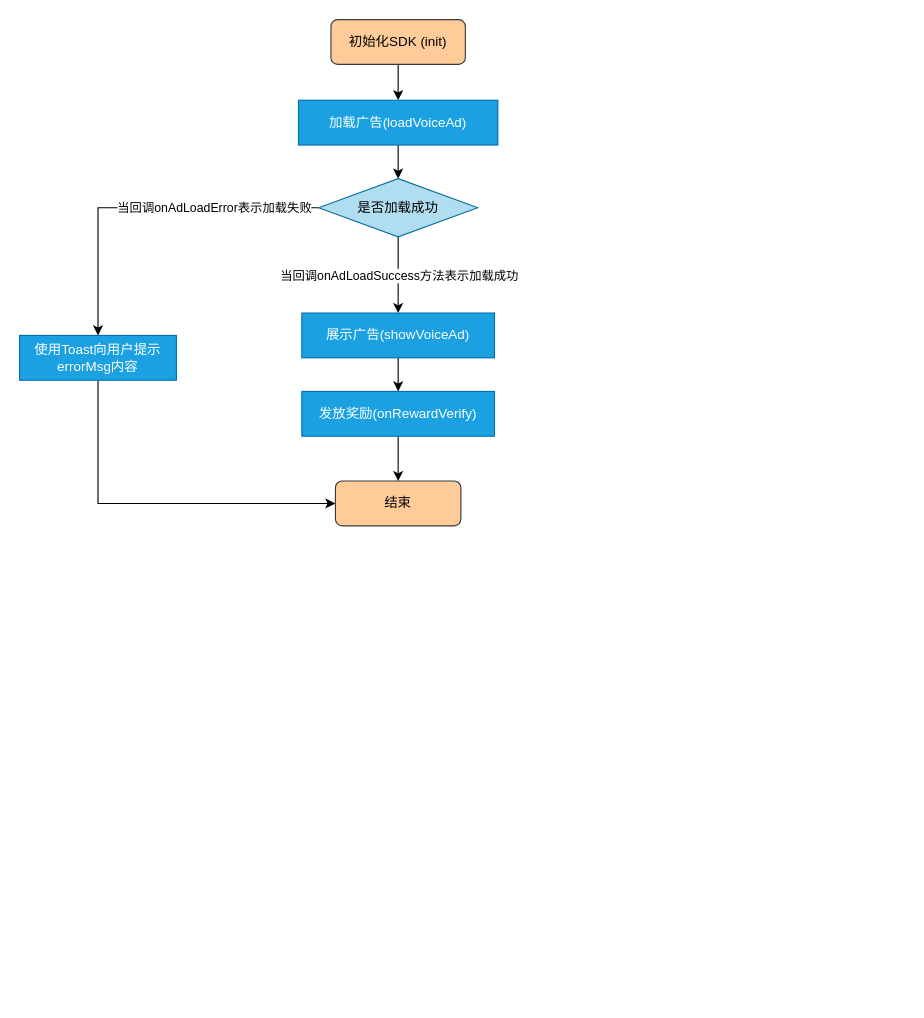
Before: 流程图/语音红包流程.drawio in wairdell/Draw.io, a draw.io diagram. Source tidied: cells renumbered, new cells numbered last; positions are measured from the earlier drawing's top-left corner, leaving out a move shared by most shapes. Both pictures are drawn from the tidied source at 112%, with x=0, y=0 at pixel (19, 19).
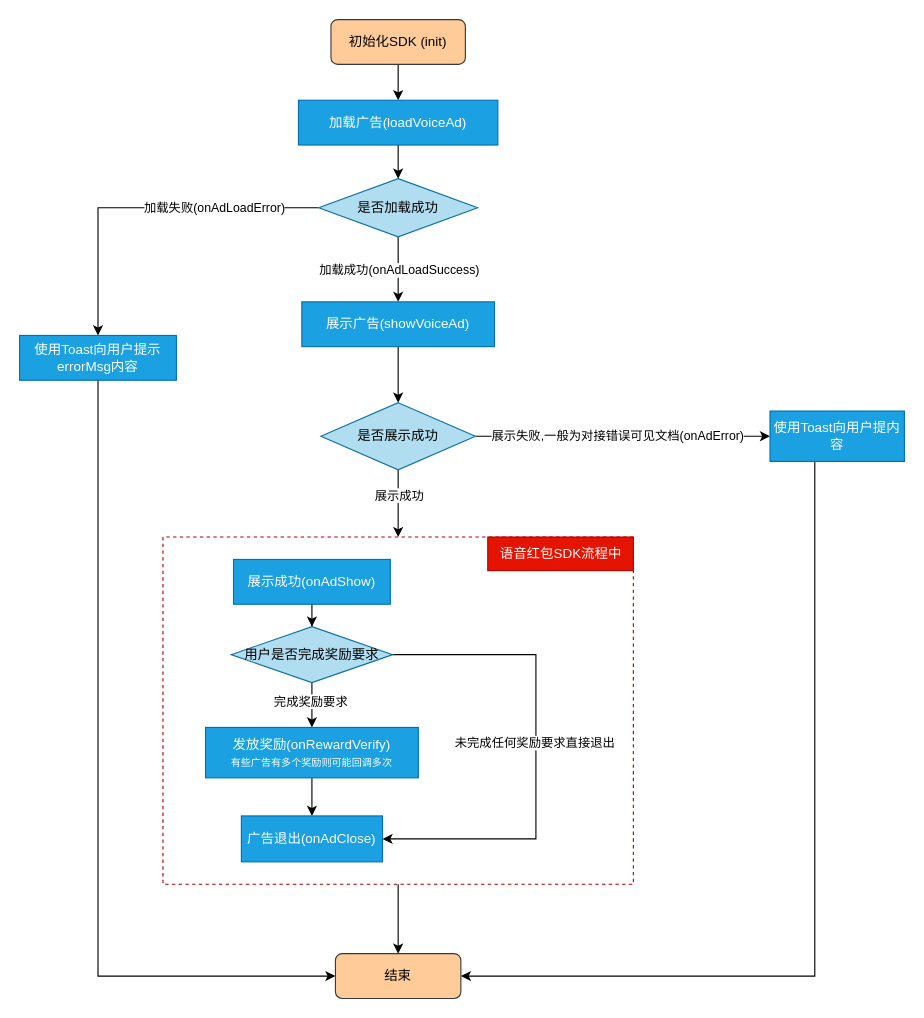
After the change.

Commit message:
更新语音红包流程.drawio

The change refers to these unchanged cells:
```xml
<mxCell id="4" style="edgeStyle=orthogonalEdgeStyle;rounded=0;jettySize=auto;html=1;entryX=0.5;entryY=0;entryDx=0;entryDy=0;" parent="1" edge="1" source="8" target="13">
  <mxGeometry relative="1" as="geometry" />
</mxCell>
<mxCell id="6" style="edgeStyle=orthogonalEdgeStyle;rounded=0;jettySize=auto;html=1;entryX=0.5;entryY=0;entryDx=0;entryDy=0;" parent="1" edge="1" source="8" target="17">
  <mxGeometry relative="1" as="geometry" />
</mxCell>
```

Diff of the diagram source:
```diff
@@
-    <mxCell id="5" value="当回调onAdLoadSuccess方法表示加载成功" style="edgeLabel;html=1;align=center;verticalAlign=middle;" parent="4" vertex="1">
+    <mxCell id="5" value="加载成功(onAdLoadSuccess)" style="edgeLabel;html=1;align=center;verticalAlign=middle;" parent="4" vertex="1">
       <mxGeometry x="-0.01" y="-3" relative="1" as="geometry">
         <mxPoint x="3" as="offset" />
       </mxGeometry>
     </mxCell>
@@
-    <mxCell id="7" value="当回调onAdLoadError表示加载失败" style="edgeLabel;html=1;align=center;verticalAlign=middle;" parent="6" vertex="1">
+    <mxCell id="7" value="加载失败(onAdLoadError)" style="edgeLabel;html=1;align=center;verticalAlign=middle;" parent="6" vertex="1">
       <mxGeometry x="-0.4" y="-3" relative="1" as="geometry">
         <mxPoint x="-1" y="2" as="offset" />
       </mxGeometry>
     </mxCell>
@@
     <mxCell id="11" value="结束" style="rounded=1;whiteSpace=wrap;html=1;fillColor=#ffcc99;strokeColor=#36393d;" parent="1" vertex="1">
-      <mxGeometry x="282" y="412" width="112" height="40" as="geometry" />
+      <mxGeometry x="282" y="834" width="112" height="40" as="geometry" />
     </mxCell>
-    <mxCell id="12" style="edgeStyle=orthogonalEdgeStyle;rounded=0;jettySize=auto;html=1;entryX=0.5;entryY=0;entryDx=0;entryDy=0;" parent="1" edge="1" source="13" target="15">
-      <mxGeometry relative="1" as="geometry" />
-    </mxCell>
+    <mxCell id="18" style="edgeStyle=orthogonalEdgeStyle;rounded=0;jettySize=auto;html=1;entryX=0.5;entryY=0;entryDx=0;entryDy=0;" parent="1" edge="1" source="13" target="23">
+      <mxGeometry relative="1" as="geometry" />
+    </mxCell>
     <mxCell id="13" value="展示广告(showVoiceAd)" style="rounded=0;whiteSpace=wrap;html=1;fillColor=#1ba1e2;strokeColor=#006EAF;fontColor=#ffffff;" parent="1" vertex="1">
-      <mxGeometry x="252" y="262" width="172" height="40" as="geometry" />
+      <mxGeometry x="252" y="252" width="172" height="40" as="geometry" />
     </mxCell>
-    <mxCell id="14" style="edgeStyle=orthogonalEdgeStyle;rounded=0;jettySize=auto;html=1;entryX=0.5;entryY=0;entryDx=0;entryDy=0;" parent="1" edge="1" source="15" target="11">
-      <mxGeometry relative="1" as="geometry" />
-    </mxCell>
-    <mxCell id="15" value="发放奖励(onRewardVerify)" style="rounded=0;whiteSpace=wrap;html=1;fillColor=#1ba1e2;strokeColor=#006EAF;fontColor=#ffffff;" parent="1" vertex="1">
-      <mxGeometry x="252" y="332" width="172" height="40" as="geometry" />
-    </mxCell>
@@
+    <mxCell id="19" style="edgeStyle=orthogonalEdgeStyle;rounded=0;jettySize=auto;html=1;exitX=1;exitY=0.5;exitDx=0;exitDy=0;entryX=0;entryY=0.5;entryDx=0;entryDy=0;" parent="1" edge="1" source="23" target="25">
+      <mxGeometry relative="1" as="geometry" />
+    </mxCell>
+    <mxCell id="20" value="&lt;div&gt;&lt;div class=&quot;old-record-id-doxcnZAtJRls29Pm0YosapUG5we&quot; style=&quot;&quot;&gt;展示失败,一般为对接错误可见文档(onAdError)&lt;/div&gt;&lt;/div&gt;" style="edgeLabel;html=1;align=center;verticalAlign=middle;" parent="19" vertex="1">
+      <mxGeometry x="-0.17" y="-2" relative="1" as="geometry">
+        <mxPoint x="17" y="-3" as="offset" />
+      </mxGeometry>
+    </mxCell>
+    <mxCell id="21" style="edgeStyle=orthogonalEdgeStyle;rounded=0;jettySize=auto;html=1;entryX=0.5;entryY=0;entryDx=0;entryDy=0;" parent="1" edge="1" source="23" target="27">
+      <mxGeometry relative="1" as="geometry" />
+    </mxCell>
+    <mxCell id="22" value="展示成功" style="edgeLabel;html=1;align=center;verticalAlign=middle;" parent="21" vertex="1">
+      <mxGeometry x="-0.26" relative="1" as="geometry" />
+    </mxCell>
+    <mxCell id="23" value="是否展示成功" style="rhombus;whiteSpace=wrap;html=1;fillColor=#b1ddf0;strokeColor=#10739e;" parent="1" vertex="1">
+      <mxGeometry x="269" y="342" width="138" height="60" as="geometry" />
+    </mxCell>
+    <mxCell id="24" style="edgeStyle=orthogonalEdgeStyle;rounded=0;jettySize=auto;html=1;entryX=1;entryY=0.5;entryDx=0;entryDy=0;" parent="1" edge="1" source="25" target="11">
+      <mxGeometry relative="1" as="geometry">
+        <Array as="points">
+          <mxPoint x="710" y="854" />
+        </Array>
+      </mxGeometry>
+    </mxCell>
+    <mxCell id="25" value="使用Toast向用户提内容" style="rounded=0;whiteSpace=wrap;html=1;fillColor=#1ba1e2;fontColor=#ffffff;strokeColor=#006EAF;" parent="1" vertex="1">
+      <mxGeometry x="670" y="349.5" width="120" height="45" as="geometry" />
+    </mxCell>
+    <mxCell id="26" style="edgeStyle=orthogonalEdgeStyle;rounded=0;jettySize=auto;html=1;entryX=0.5;entryY=0;entryDx=0;entryDy=0;" parent="1" edge="1" source="27" target="11">
+      <mxGeometry relative="1" as="geometry" />
+    </mxCell>
+    <mxCell id="27" style="swimlane;startSize=0;fillColor=#E51400;strokeColor=#B20000;dashed=1;rounded=1;strokeWidth=1;fontColor=#ffffff;" parent="1" vertex="1">
+      <mxGeometry x="128" y="462" width="420" height="310" as="geometry" />
+    </mxCell>
+    <mxCell id="28" style="edgeStyle=orthogonalEdgeStyle;rounded=0;jettySize=auto;html=1;" parent="27" edge="1" source="29" target="34">
+      <mxGeometry relative="1" as="geometry" />
+    </mxCell>
+    <mxCell id="29" value="展示成功(onAdShow)" style="whiteSpace=wrap;html=1;fillColor=#1ba1e2;fontColor=#ffffff;strokeColor=#006EAF;" parent="27" vertex="1">
+      <mxGeometry x="63" y="20" width="140" height="40" as="geometry" />
+    </mxCell>
+    <mxCell id="30" style="edgeStyle=orthogonalEdgeStyle;rounded=0;jettySize=auto;html=1;entryX=0.5;entryY=0;entryDx=0;entryDy=0;" parent="27" edge="1" source="34" target="36">
+      <mxGeometry relative="1" as="geometry" />
+    </mxCell>
+    <mxCell id="31" value="完成奖励要求" style="edgeLabel;html=1;align=center;verticalAlign=middle;" parent="30" vertex="1">
+      <mxGeometry x="-0.27" y="-4" relative="1" as="geometry">
+        <mxPoint x="2" y="1" as="offset" />
+      </mxGeometry>
+    </mxCell>
+    <mxCell id="32" style="edgeStyle=orthogonalEdgeStyle;rounded=0;jettySize=auto;html=1;entryX=1;entryY=0.5;entryDx=0;entryDy=0;exitX=1;exitY=0.5;exitDx=0;exitDy=0;" parent="27" edge="1" source="34" target="37">
+      <mxGeometry relative="1" as="geometry">
+        <Array as="points">
+          <mxPoint x="333" y="105" />
+          <mxPoint x="333" y="270" />
+        </Array>
+      </mxGeometry>
+    </mxCell>
+    <mxCell id="33" value="未完成任何奖励要求直接退出" style="edgeLabel;html=1;align=center;verticalAlign=middle;" parent="32" vertex="1">
+      <mxGeometry x="-0.04" y="-2" relative="1" as="geometry" />
+    </mxCell>
+    <mxCell id="34" value="用户是否完成奖励要求" style="rhombus;whiteSpace=wrap;html=1;fillColor=#b1ddf0;strokeColor=#10739e;" parent="27" vertex="1">
+      <mxGeometry x="60.9" y="80" width="144.2" height="50" as="geometry" />
+    </mxCell>
+    <mxCell id="35" style="edgeStyle=orthogonalEdgeStyle;rounded=0;jettySize=auto;html=1;entryX=0.5;entryY=0;entryDx=0;entryDy=0;" parent="27" edge="1" source="36" target="37">
+      <mxGeometry relative="1" as="geometry" />
+    </mxCell>
+    <mxCell id="36" value="发放奖励(onRewardVerify)&lt;br style=&quot;border-color: var(--border-color); color: rgb(255, 255, 255);&quot;&gt;&lt;font style=&quot;border-color: var(--border-color); color: rgb(255, 255, 255); font-size: 9px;&quot;&gt;有些广告有多个奖励则可能回调多次&lt;/font&gt;" style="rounded=0;whiteSpace=wrap;html=1;fillColor=#1ba1e2;fontColor=#ffffff;strokeColor=#006EAF;" parent="27" vertex="1">
+      <mxGeometry x="38" y="170" width="190" height="45" as="geometry" />
+    </mxCell>
+    <mxCell id="37" value="广告退出(onAdClose)" style="rounded=0;whiteSpace=wrap;html=1;fillColor=#1ba1e2;fontColor=#ffffff;strokeColor=#006EAF;" parent="27" vertex="1">
+      <mxGeometry x="70" y="249" width="126" height="41" as="geometry" />
+    </mxCell>
+    <mxCell id="38" value="语音红包SDK流程中" style="text;html=1;align=center;verticalAlign=middle;strokeColor=#B20000;fillColor=#e51400;fontColor=#ffffff;" parent="27" vertex="1">
+      <mxGeometry x="290" width="130" height="30" as="geometry" />
+    </mxCell>
```
